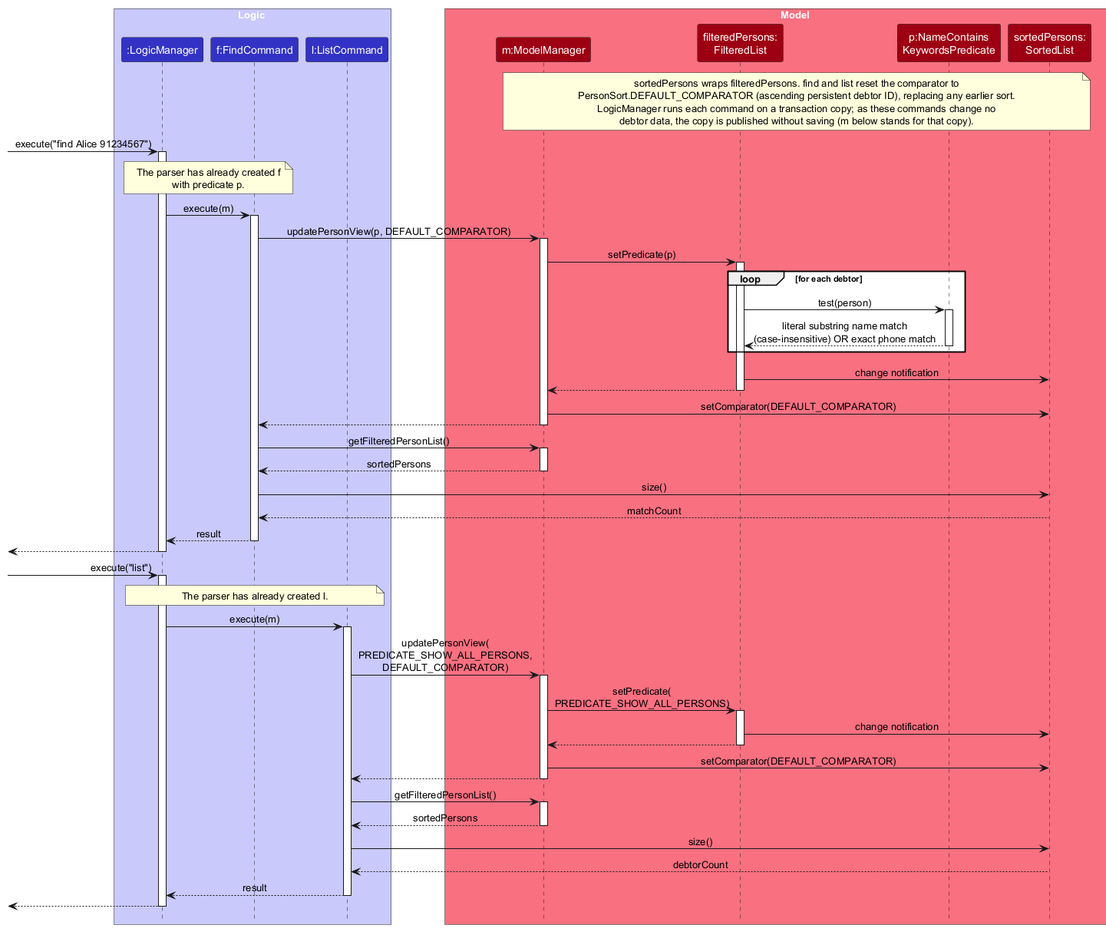
Earlier version of the PlantUML export docs/images/FindListSequenceDiagram.png (AY2627S1-CS2103T-F08-1/tp). Source of this version:
```plantuml
@startuml
!include style.puml
skinparam ArrowFontStyle plain

box Logic LOGIC_COLOR_T1
participant ":LogicManager" as LogicManager LOGIC_COLOR
participant "f:FindCommand" as FindCommand LOGIC_COLOR
participant "l:ListCommand" as ListCommand LOGIC_COLOR
end box

box Model MODEL_COLOR_T1
participant "m:ModelManager" as ModelManager MODEL_COLOR
participant "filteredPersons:\nFilteredList" as FilteredList MODEL_COLOR
participant "p:NameContains\nKeywordsPredicate" as Predicate MODEL_COLOR
participant "sortedPersons:\nSortedList" as SortedList MODEL_COLOR
end box

note over ModelManager, SortedList
sortedPersons wraps filteredPersons. find and list reset the comparator to
PersonSort.DEFAULT_COMPARATOR (ascending persistent debtor ID), replacing any earlier sort.
LogicManager runs each command on a transaction copy; as these commands change no
debtor data, the copy is published without saving (m below stands for that copy).
end note

[-> LogicManager : execute("find Alice 91234567")
activate LogicManager
note over LogicManager, FindCommand
The parser has already created f
with predicate p.
end note
LogicManager -> FindCommand : execute(m)
activate FindCommand
FindCommand -> ModelManager : updatePersonView(p, DEFAULT_COMPARATOR)
activate ModelManager
ModelManager -> FilteredList : setPredicate(p)
activate FilteredList
loop for each debtor
    FilteredList -> Predicate : test(person)
    activate Predicate
    Predicate --> FilteredList : literal substring name match\n(case-insensitive) OR exact phone match
    deactivate Predicate
end
FilteredList -> SortedList : change notification
FilteredList --> ModelManager
deactivate FilteredList
ModelManager -> SortedList : setComparator(DEFAULT_COMPARATOR)
ModelManager --> FindCommand
deactivate ModelManager
FindCommand -> ModelManager : getFilteredPersonList()
activate ModelManager
ModelManager --> FindCommand : sortedPersons
deactivate ModelManager
FindCommand -> SortedList : size()
SortedList --> FindCommand : matchCount
FindCommand --> LogicManager : result
deactivate FindCommand
[<-- LogicManager
deactivate LogicManager

[-> LogicManager : execute("list")
activate LogicManager
note over LogicManager, ListCommand
The parser has already created l.
end note
LogicManager -> ListCommand : execute(m)
activate ListCommand
ListCommand -> ModelManager : updatePersonView(\nPREDICATE_SHOW_ALL_PERSONS,\nDEFAULT_COMPARATOR)
activate ModelManager
ModelManager -> FilteredList : setPredicate(\nPREDICATE_SHOW_ALL_PERSONS)
activate FilteredList
FilteredList -> SortedList : change notification
FilteredList --> ModelManager
deactivate FilteredList
ModelManager -> SortedList : setComparator(DEFAULT_COMPARATOR)
ModelManager --> ListCommand
deactivate ModelManager
ListCommand -> ModelManager : getFilteredPersonList()
activate ModelManager
ModelManager --> ListCommand : sortedPersons
deactivate ModelManager
ListCommand -> SortedList : size()
SortedList --> ListCommand : debtorCount
ListCommand --> LogicManager : result
deactivate ListCommand
[<-- LogicManager
deactivate LogicManager
@enduml
```
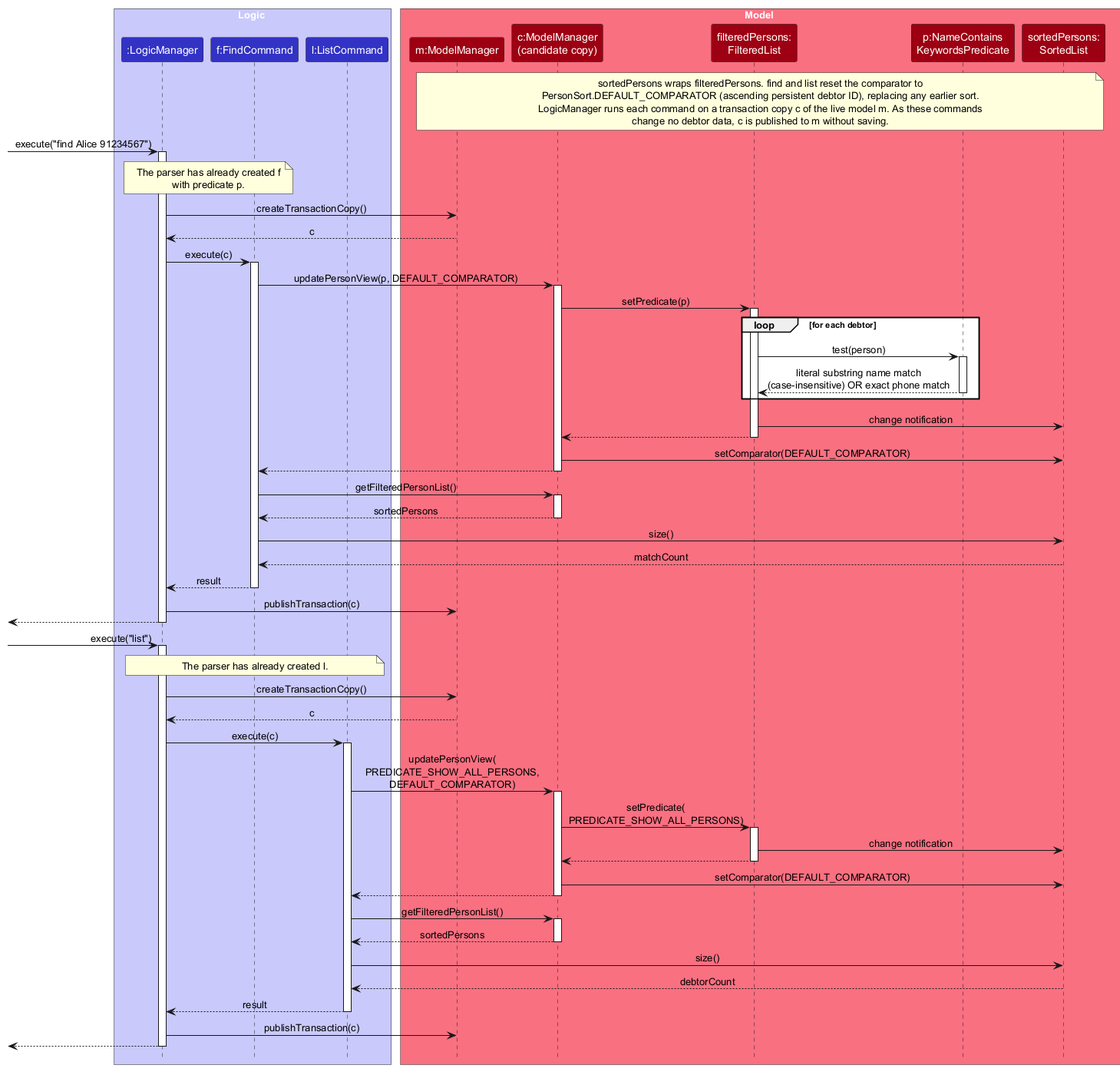
The same diagram one commit later.

Commit message:
docs(dg): show the candidate copy and publish step in find/list, and clarify the Logic steps

Change to the diagram source:
```diff
@@ -9,17 +9,18 @@
 end box
 
 box Model MODEL_COLOR_T1
-participant "m:ModelManager" as ModelManager MODEL_COLOR
+participant "m:ModelManager" as LiveModel MODEL_COLOR
+participant "c:ModelManager\n(candidate copy)" as ModelManager MODEL_COLOR
 participant "filteredPersons:\nFilteredList" as FilteredList MODEL_COLOR
 participant "p:NameContains\nKeywordsPredicate" as Predicate MODEL_COLOR
 participant "sortedPersons:\nSortedList" as SortedList MODEL_COLOR
 end box
 
-note over ModelManager, SortedList
+note over LiveModel, SortedList
 sortedPersons wraps filteredPersons. find and list reset the comparator to
 PersonSort.DEFAULT_COMPARATOR (ascending persistent debtor ID), replacing any earlier sort.
-LogicManager runs each command on a transaction copy; as these commands change no
-debtor data, the copy is published without saving (m below stands for that copy).
+LogicManager runs each command on a transaction copy c of the live model m. As these commands
+change no debtor data, c is published to m without saving.
 end note
 
 [-> LogicManager : execute("find Alice 91234567")
@@ -28,7 +29,9 @@
 The parser has already created f
 with predicate p.
 end note
-LogicManager -> FindCommand : execute(m)
+LogicManager -> LiveModel : createTransactionCopy()
+LiveModel --> LogicManager : c
+LogicManager -> FindCommand : execute(c)
 activate FindCommand
 FindCommand -> ModelManager : updatePersonView(p, DEFAULT_COMPARATOR)
 activate ModelManager
@@ -54,6 +57,7 @@
 SortedList --> FindCommand : matchCount
 FindCommand --> LogicManager : result
 deactivate FindCommand
+LogicManager -> LiveModel : publishTransaction(c)
 [<-- LogicManager
 deactivate LogicManager
 
@@ -62,7 +66,9 @@
 note over LogicManager, ListCommand
 The parser has already created l.
 end note
-LogicManager -> ListCommand : execute(m)
+LogicManager -> LiveModel : createTransactionCopy()
+LiveModel --> LogicManager : c
+LogicManager -> ListCommand : execute(c)
 activate ListCommand
 ListCommand -> ModelManager : updatePersonView(\nPREDICATE_SHOW_ALL_PERSONS,\nDEFAULT_COMPARATOR)
 activate ModelManager
@@ -82,6 +88,7 @@
 SortedList --> ListCommand : debtorCount
 ListCommand --> LogicManager : result
 deactivate ListCommand
+LogicManager -> LiveModel : publishTransaction(c)
 [<-- LogicManager
 deactivate LogicManager
 @enduml
```
